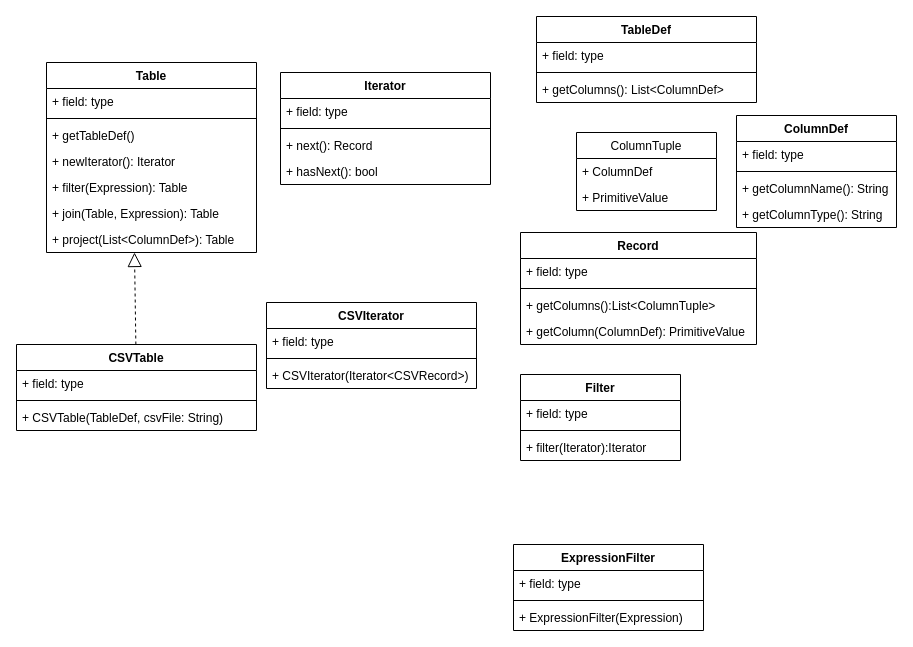
kikimo/toyqe keeps this draw.io diagram as toyqe.drawio. Above is the earlier version. Source tidied: cells renumbered, new cells numbered last; positions are measured from the earlier drawing's top-left corner, leaving out a move shared by most shapes. Both pictures are drawn from the tidied source at 100%, with x=0, y=0 at pixel (16, 16).
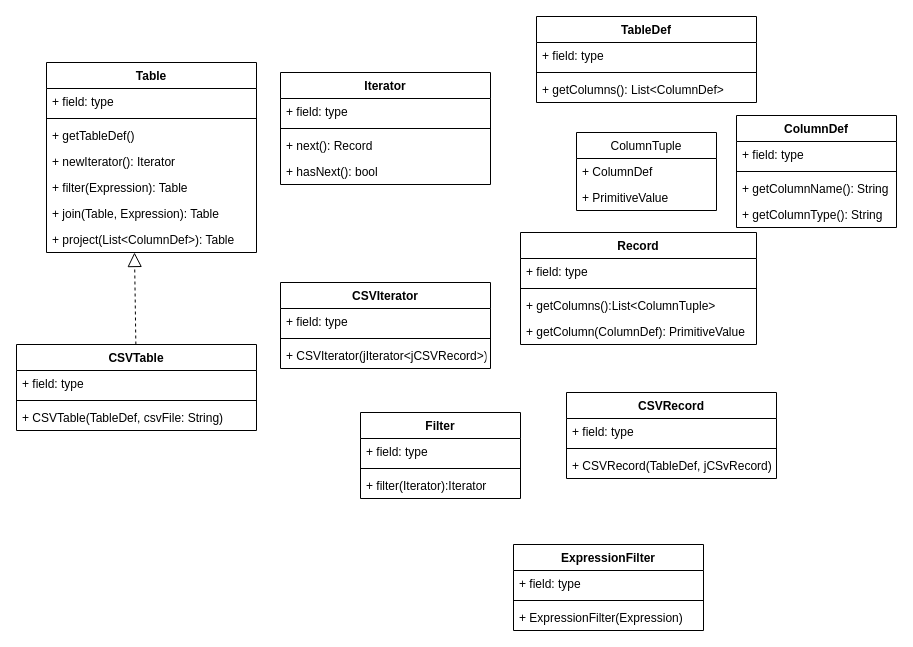
After the change.

The edit, as a diff of the source:
```diff
@@
     <mxCell id="32" value="Filter" style="swimlane;fontStyle=1;align=center;verticalAlign=top;horizontal=1;startSize=26;" parent="1" vertex="1">
-      <mxGeometry x="504" y="358" width="160" height="86" as="geometry" />
+      <mxGeometry x="344" y="396" width="160" height="86" as="geometry" />
     </mxCell>
@@
     <mxCell id="41" value="CSVIterator" style="swimlane;fontStyle=1;align=center;verticalAlign=top;horizontal=1;startSize=26;" parent="1" vertex="1">
-      <mxGeometry x="250" y="286" width="210" height="86" as="geometry" />
+      <mxGeometry x="264" y="266" width="210" height="86" as="geometry" />
     </mxCell>
@@
-    <mxCell id="44" value="+ CSVIterator(Iterator&lt;CSVRecord&gt;)" style="text;strokeColor=none;fillColor=none;align=left;verticalAlign=top;spacingLeft=4;spacingRight=4;overflow=hidden;" parent="41" vertex="1">
+    <mxCell id="44" value="+ CSVIterator(jIterator&lt;jCSVRecord&gt;)" style="text;strokeColor=none;fillColor=none;align=left;verticalAlign=top;spacingLeft=4;spacingRight=4;overflow=hidden;" parent="41" vertex="1">
       <mxGeometry y="60" width="210" height="26" as="geometry" />
     </mxCell>
@@
+    <mxCell id="49" value="CSVRecord" style="swimlane;fontStyle=1;align=center;verticalAlign=top;horizontal=1;startSize=26;" parent="1" vertex="1">
+      <mxGeometry x="550" y="376" width="210" height="86" as="geometry" />
+    </mxCell>
+    <mxCell id="50" value="+ field: type" style="text;strokeColor=none;fillColor=none;align=left;verticalAlign=top;spacingLeft=4;spacingRight=4;overflow=hidden;" parent="49" vertex="1">
+      <mxGeometry y="26" width="210" height="26" as="geometry" />
+    </mxCell>
+    <mxCell id="51" style="line;strokeWidth=1;fillColor=none;align=left;verticalAlign=middle;spacingTop=-1;spacingLeft=3;spacingRight=3;labelPosition=right;" parent="49" vertex="1">
+      <mxGeometry y="52" width="210" height="8" as="geometry" />
+    </mxCell>
+    <mxCell id="52" value="+ CSVRecord(TableDef, jCSvRecord)" style="text;strokeColor=none;fillColor=none;align=left;verticalAlign=top;spacingLeft=4;spacingRight=4;overflow=hidden;" parent="49" vertex="1">
+      <mxGeometry y="60" width="210" height="26" as="geometry" />
+    </mxCell>
```
